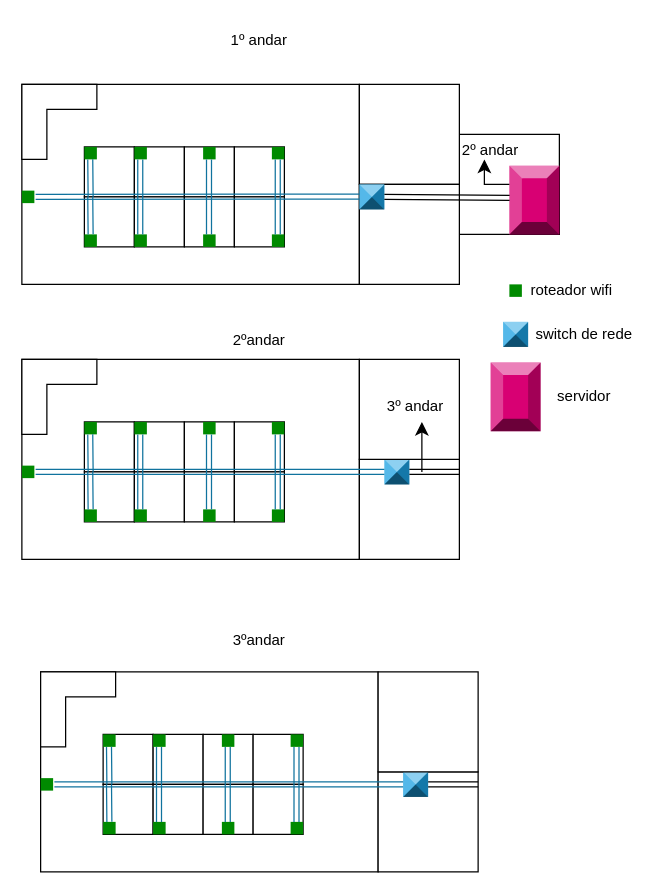
Above: shopping.drawio in BrunoTdS456123/Prog1 (draw.io), before the change. Source tidied: cells renumbered, new cells numbered last; positions are measured from the earlier drawing's top-left corner, leaving out a move shared by most shapes. Both pictures are drawn from the tidied source at 125%, with x=0, y=0 at pixel (21, 21).
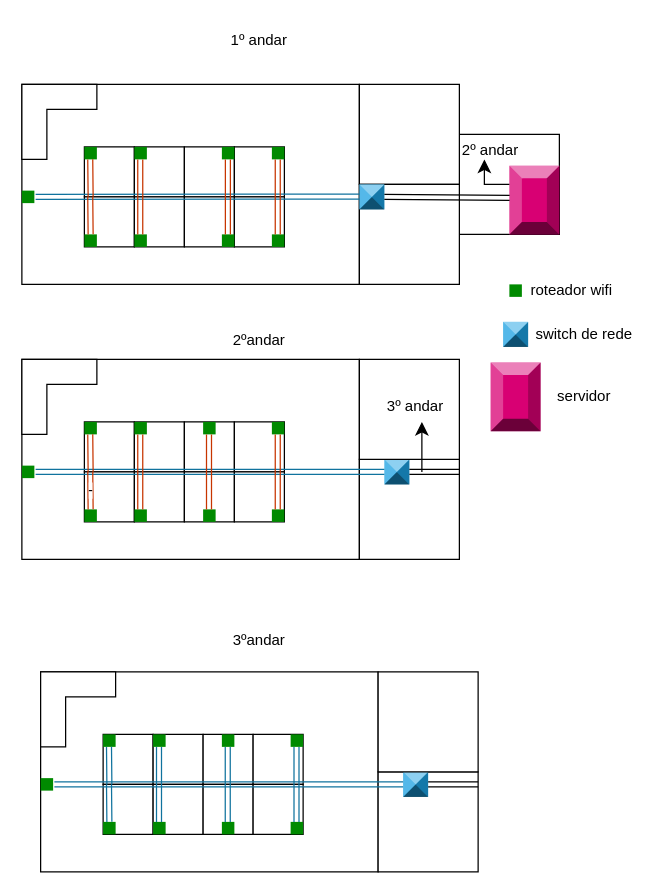
After the change.

Diff of the diagram source:
```diff
@@
     <mxCell id="22" value="&lt;div&gt;&lt;br&gt;&lt;/div&gt;&lt;div&gt;&lt;br&gt;&lt;/div&gt;" style="labelPosition=center;verticalLabelPosition=middle;align=center;html=1;shape=mxgraph.basic.shaded_button;dx=0;fillColor=#008a00;strokeColor=#005700;whiteSpace=wrap;fontColor=#ffffff;" parent="1" vertex="1">
-      <mxGeometry x="145" y="100" width="10" height="10" as="geometry" />
+      <mxGeometry x="160" y="100" width="10" height="10" as="geometry" />
     </mxCell>
     <mxCell id="23" value="&lt;div&gt;&lt;br&gt;&lt;/div&gt;&lt;div&gt;&lt;br&gt;&lt;/div&gt;" style="labelPosition=center;verticalLabelPosition=middle;align=center;html=1;shape=mxgraph.basic.shaded_button;dx=0;fillColor=#008a00;strokeColor=#005700;whiteSpace=wrap;fontColor=#ffffff;" parent="1" vertex="1">
-      <mxGeometry x="145" y="170" width="10" height="10" as="geometry" />
+      <mxGeometry x="160" y="170" width="10" height="10" as="geometry" />
     </mxCell>
@@
-    <mxCell id="31" style="shape=link;html=1;rounded=0;fillColor=#b1ddf0;strokeColor=#10739e;" parent="1" edge="1">
+    <mxCell id="31" style="shape=link;html=1;rounded=0;fillColor=#fa6800;strokeColor=#C73500;" parent="1" edge="1">
       <mxGeometry relative="1" as="geometry">
         <mxPoint x="55" y="170" as="sourcePoint" />
         <mxPoint x="54.7" y="140" as="targetPoint" />
       </mxGeometry>
     </mxCell>
-    <mxCell id="32" style="shape=link;html=1;rounded=0;fillColor=#b1ddf0;strokeColor=#10739e;" parent="1" edge="1">
+    <mxCell id="32" style="shape=link;html=1;rounded=0;fillColor=#fa6800;strokeColor=#C73500;" parent="1" edge="1">
       <mxGeometry relative="1" as="geometry">
         <mxPoint x="55" y="140" as="sourcePoint" />
         <mxPoint x="54.7" y="110" as="targetPoint" />
       </mxGeometry>
     </mxCell>
-    <mxCell id="33" style="shape=link;html=1;rounded=0;fillColor=#b1ddf0;strokeColor=#10739e;" parent="1" edge="1">
+    <mxCell id="33" style="shape=link;html=1;rounded=0;fillColor=#fa6800;strokeColor=#C73500;" parent="1" edge="1">
       <mxGeometry relative="1" as="geometry">
         <mxPoint x="94.7" y="170" as="sourcePoint" />
         <mxPoint x="94.7" y="110" as="targetPoint" />
       </mxGeometry>
     </mxCell>
-    <mxCell id="34" style="shape=link;html=1;rounded=0;fillColor=#b1ddf0;strokeColor=#10739e;" parent="1" edge="1">
+    <mxCell id="34" style="shape=link;html=1;rounded=0;fillColor=#fa6800;strokeColor=#C73500;" parent="1" edge="1">
       <mxGeometry relative="1" as="geometry">
-        <mxPoint x="149.7" y="170" as="sourcePoint" />
-        <mxPoint x="149.7" y="110" as="targetPoint" />
+        <mxPoint x="164.8" y="170" as="sourcePoint" />
+        <mxPoint x="164.8" y="110" as="targetPoint" />
       </mxGeometry>
     </mxCell>
-    <mxCell id="35" style="shape=link;html=1;rounded=0;fillColor=#b1ddf0;strokeColor=#10739e;" parent="1" edge="1">
+    <mxCell id="35" style="shape=link;html=1;rounded=0;fillColor=#fa6800;strokeColor=#C73500;" parent="1" edge="1">
       <mxGeometry relative="1" as="geometry">
         <mxPoint x="204.7" y="170" as="sourcePoint" />
         <mxPoint x="204.7" y="110" as="targetPoint" />
       </mxGeometry>
     </mxCell>
@@
-    <mxCell id="60" style="shape=link;html=1;rounded=0;fillColor=#b1ddf0;strokeColor=#10739e;" parent="1" edge="1">
+    <mxCell id="60" value="-" style="shape=link;html=1;rounded=0;fillColor=#fa6800;strokeColor=#C73500;" parent="1" edge="1">
       <mxGeometry relative="1" as="geometry">
         <mxPoint x="55" y="390" as="sourcePoint" />
         <mxPoint x="54.7" y="360" as="targetPoint" />
       </mxGeometry>
     </mxCell>
-    <mxCell id="61" style="shape=link;html=1;rounded=0;fillColor=#b1ddf0;strokeColor=#10739e;" parent="1" edge="1">
+    <mxCell id="61" style="shape=link;html=1;rounded=0;fillColor=#fa6800;strokeColor=#C73500;" parent="1" edge="1">
       <mxGeometry relative="1" as="geometry">
         <mxPoint x="55" y="360" as="sourcePoint" />
         <mxPoint x="54.7" y="330" as="targetPoint" />
       </mxGeometry>
     </mxCell>
-    <mxCell id="62" style="shape=link;html=1;rounded=0;fillColor=#b1ddf0;strokeColor=#10739e;" parent="1" edge="1">
+    <mxCell id="62" style="shape=link;html=1;rounded=0;fillColor=#fa6800;strokeColor=#C73500;" parent="1" edge="1">
       <mxGeometry relative="1" as="geometry">
         <mxPoint x="94.7" y="390" as="sourcePoint" />
         <mxPoint x="94.7" y="330" as="targetPoint" />
       </mxGeometry>
     </mxCell>
-    <mxCell id="63" style="shape=link;html=1;rounded=0;fillColor=#b1ddf0;strokeColor=#10739e;" parent="1" edge="1">
+    <mxCell id="63" style="shape=link;html=1;rounded=0;fillColor=#fa6800;strokeColor=#C73500;" parent="1" edge="1">
       <mxGeometry relative="1" as="geometry">
         <mxPoint x="149.7" y="390" as="sourcePoint" />
         <mxPoint x="149.7" y="330" as="targetPoint" />
       </mxGeometry>
     </mxCell>
-    <mxCell id="64" style="shape=link;html=1;rounded=0;fillColor=#b1ddf0;strokeColor=#10739e;" parent="1" edge="1">
+    <mxCell id="64" style="shape=link;html=1;rounded=0;fillColor=#fa6800;strokeColor=#C73500;" parent="1" edge="1">
       <mxGeometry relative="1" as="geometry">
         <mxPoint x="204.7" y="390" as="sourcePoint" />
         <mxPoint x="204.7" y="330" as="targetPoint" />
       </mxGeometry>
     </mxCell>
```
